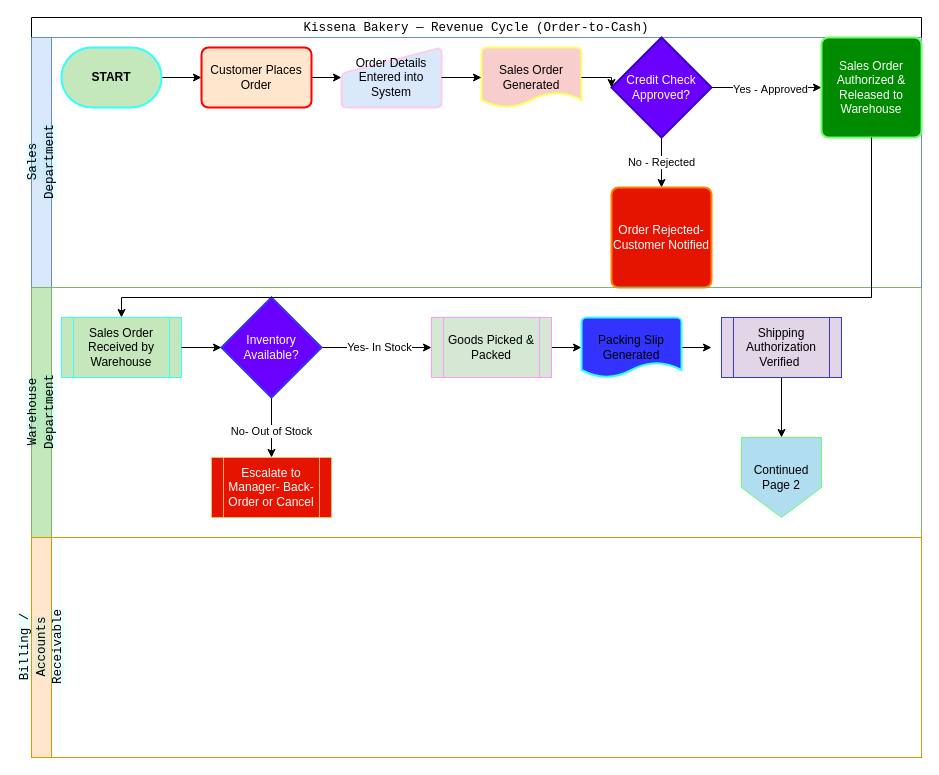
haydn3355/drawio keeps this draw.io diagram as page "Page-1" (1 of 2) of Revenue_Cycle_Controls.drawio. Above is the earlier version. Source tidied: cells renumbered, new cells numbered last; positions are measured from the earlier drawing's top-left corner, leaving out a move shared by most shapes. Both pictures are drawn from the tidied source at 100%, with x=0, y=0 at pixel (31, 17).
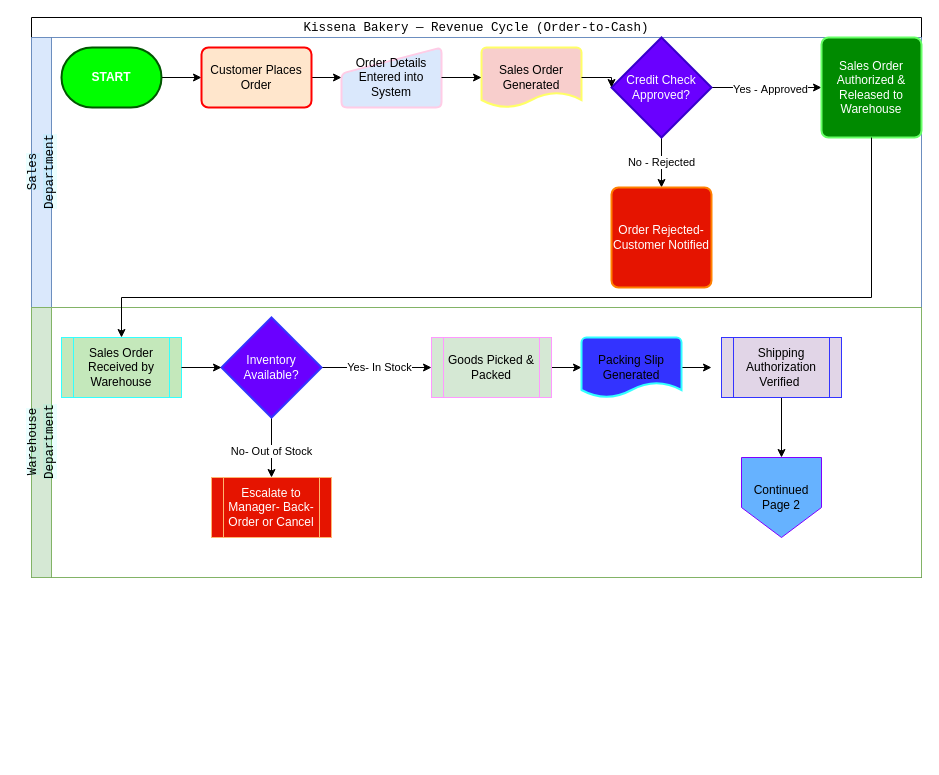
Above is the later version.

The edit, as a diff of the source:
```diff
@@
     <mxCell id="2" value="&lt;span style=&quot;font-family: &amp;quot;Share Tech Mono&amp;quot;, monospace; font-size: 12.512px; font-weight: 400; text-align: start;&quot;&gt;&lt;font style=&quot;color: rgb(0, 0, 0);&quot;&gt;Kissena Bakery — Revenue Cycle (Order-to-Cash)&lt;/font&gt;&lt;/span&gt;" style="swimlane;html=1;horizontal=1;startSize=20;whiteSpace=wrap;" parent="1" vertex="1">
-      <mxGeometry width="890" height="740" as="geometry" />
+      <mxGeometry width="890" height="560" as="geometry" />
     </mxCell>
     <mxCell id="3" value="&lt;span style=&quot;font-family: &amp;quot;Share Tech Mono&amp;quot;, monospace; font-size: 12.512px; font-weight: 400; text-align: start; text-wrap-mode: wrap; background-color: rgba(0, 245, 255, 0.08);&quot;&gt;&lt;font style=&quot;color: rgb(0, 0, 0);&quot;&gt;Sales Department&lt;/font&gt;&lt;/span&gt;" style="swimlane;html=1;startSize=20;horizontal=0;fillColor=#dae8fc;strokeColor=#6c8ebf;" parent="2" vertex="1">
-      <mxGeometry y="20" width="890" height="250" as="geometry" />
+      <mxGeometry y="20" width="890" height="270" as="geometry" />
     </mxCell>
@@
-    <mxCell id="5" value="&lt;b&gt;START&lt;/b&gt;" style="strokeWidth=2;html=1;shape=mxgraph.flowchart.terminator;whiteSpace=wrap;fillColor=#C4E8BB;strokeColor=#33FFFF;" parent="3" vertex="1">
+    <mxCell id="5" value="&lt;b&gt;START&lt;/b&gt;" style="strokeWidth=2;html=1;shape=mxgraph.flowchart.terminator;whiteSpace=wrap;fillColor=#00FF00;strokeColor=#005700;fontColor=#ffffff;" parent="3" vertex="1">
       <mxGeometry x="30" y="10" width="100" height="60" as="geometry" />
     </mxCell>
@@
-    <mxCell id="18" value="&lt;span style=&quot;font-family: &amp;quot;Share Tech Mono&amp;quot;, monospace; font-size: 12.512px; font-weight: 400; text-align: start; text-wrap-mode: wrap; background-color: rgba(0, 245, 255, 0.08);&quot;&gt;&lt;font style=&quot;color: rgb(0, 0, 0);&quot;&gt;Warehouse Department&lt;/font&gt;&lt;/span&gt;" style="swimlane;html=1;startSize=20;horizontal=0;fillColor=#C4E8BB;strokeColor=#82b366;" parent="2" vertex="1">
-      <mxGeometry y="270" width="890" height="250" as="geometry" />
+    <mxCell id="18" value="&lt;span style=&quot;font-family: &amp;quot;Share Tech Mono&amp;quot;, monospace; font-size: 12.512px; font-weight: 400; text-align: start; text-wrap-mode: wrap; background-color: rgba(0, 245, 255, 0.08);&quot;&gt;&lt;font style=&quot;color: rgb(0, 0, 0);&quot;&gt;Warehouse Department&lt;/font&gt;&lt;/span&gt;" style="swimlane;html=1;startSize=20;horizontal=0;fillColor=#d5e8d4;strokeColor=#82b366;" parent="2" vertex="1">
+      <mxGeometry y="290" width="890" height="270" as="geometry" />
     </mxCell>
@@
-    <mxCell id="33" value="Continued Page 2" style="shape=offPageConnector;whiteSpace=wrap;html=1;fillColor=#b1ddf0;strokeColor=#66FF66;" parent="18" vertex="1">
+    <mxCell id="33" value="Continued Page 2" style="shape=offPageConnector;whiteSpace=wrap;html=1;fillColor=#66B2FF;strokeColor=#7F00FF;" parent="18" vertex="1">
       <mxGeometry x="710" y="150" width="80" height="80" as="geometry" />
     </mxCell>
-    <mxCell id="34" value="&lt;span style=&quot;font-family: &amp;quot;Share Tech Mono&amp;quot;, monospace; font-size: 12.512px; font-weight: 400; text-align: start; text-wrap-mode: wrap; background-color: rgba(0, 245, 255, 0.08);&quot;&gt;&lt;font style=&quot;color: rgb(0, 0, 0);&quot;&gt;Billing / Accounts Receivable&lt;/font&gt;&lt;/span&gt;" style="swimlane;html=1;startSize=20;horizontal=0;fillColor=#ffe6cc;strokeColor=#d79b00;" parent="2" vertex="1">
-      <mxGeometry y="520" width="890" height="220" as="geometry" />
-    </mxCell>
```
